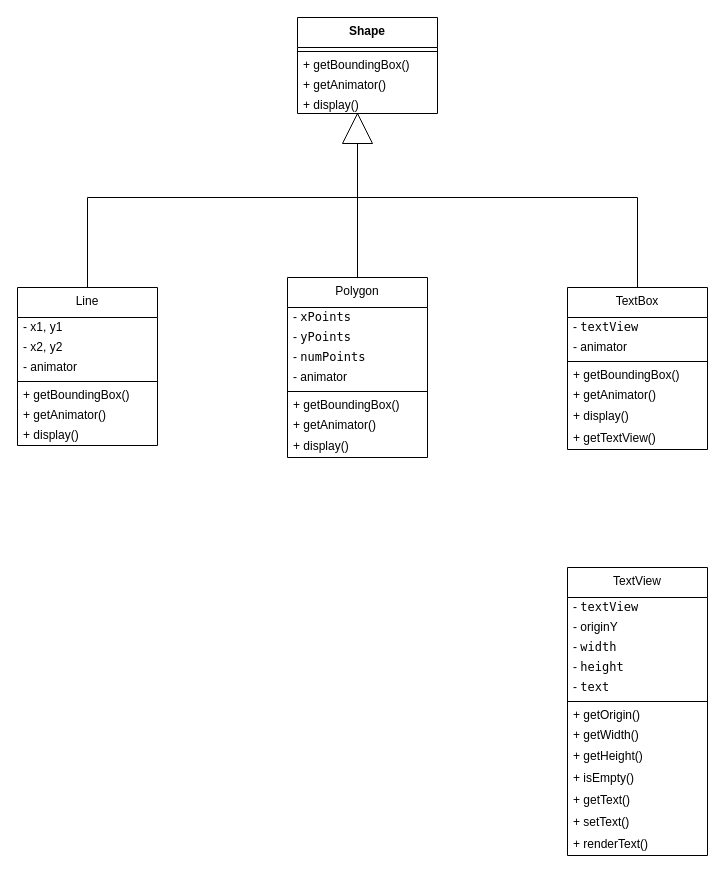
The draw.io diagram Lab-6/Lab-6.drawio in orchlonn/CS-380, before the edit. Source tidied: cells renumbered, new cells numbered last; positions are measured from the earlier drawing's top-left corner, leaving out a move shared by most shapes. Both pictures are drawn from the tidied source at 100%, with x=0, y=0 at pixel (17, 17).
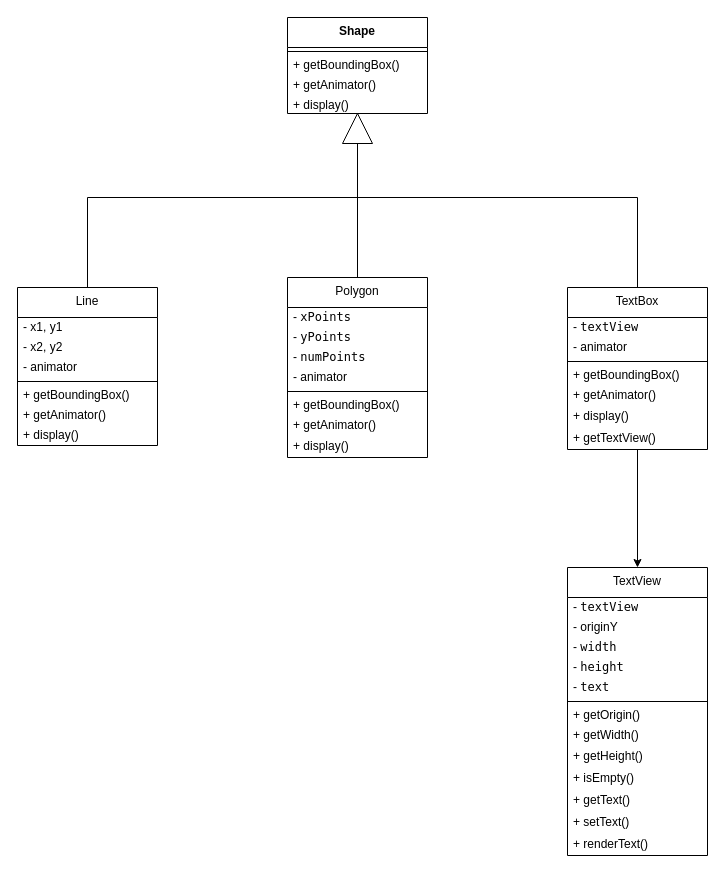
After the change.

Unchanged cells that the change refers to:
```xml
<mxCell id="31" value="+ getTextView()" style="text;html=1;strokeColor=none;fillColor=none;align=left;verticalAlign=middle;spacingLeft=4;spacingRight=4;overflow=hidden;points=[[0,0.5],[1,0.5]];portConstraint=eastwest;whiteSpace=wrap;" parent="24" vertex="1">
  <mxGeometry y="140" width="140" height="22" as="geometry" />
</mxCell>
<mxCell id="36" value="TextView" style="swimlane;fontStyle=0;align=center;verticalAlign=top;horizontal=1;startSize=30;html=1;whiteSpace=wrap;" parent="1" vertex="1">
  <mxGeometry x="550" y="550" width="140" height="288" as="geometry" />
</mxCell>
```

The edit, as a diff of the source:
```diff
@@
     <mxCell id="2" value="&lt;b&gt;Shape&lt;/b&gt;" style="swimlane;fontStyle=0;align=center;verticalAlign=top;horizontal=1;startSize=30;html=1;whiteSpace=wrap;" parent="1" vertex="1">
-      <mxGeometry x="280" width="140" height="96" as="geometry" />
+      <mxGeometry x="270" width="140" height="96" as="geometry" />
     </mxCell>
@@
+    <mxCell id="50" style="endArrow=classic;html=1;rounded=0;entryX=0.5;entryY=0;entryDx=0;entryDy=0;" parent="1" edge="1" source="31" target="36">
+      <mxGeometry relative="1" as="geometry" />
+    </mxCell>
```
